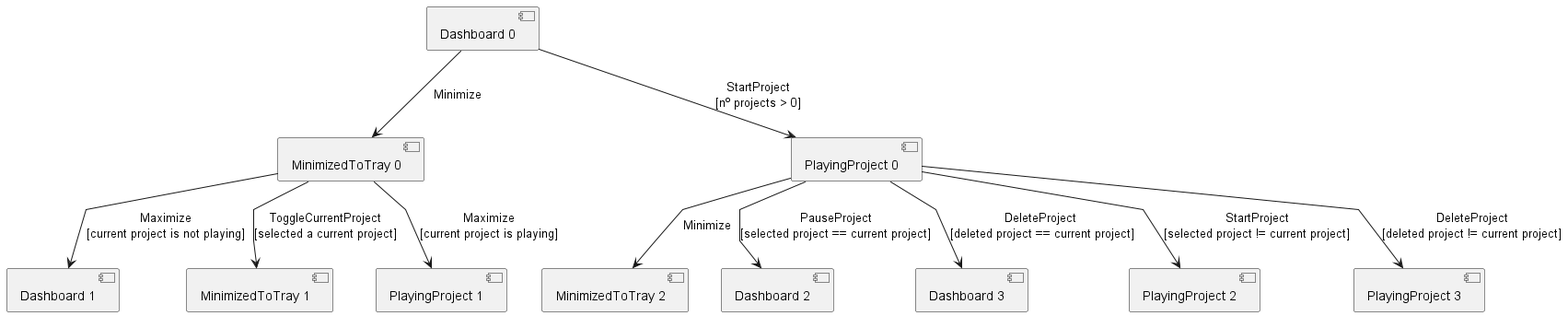
Earlier version of the PlantUML export assignments/4_model_based_testing/transition_trees/transition_tree_2.png (JoaoCostaIFG/tvvs).
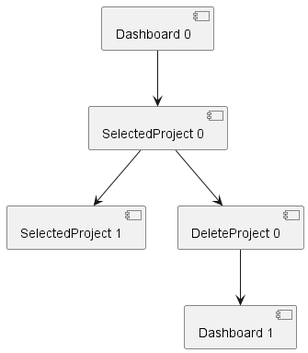
The same file after the commit.

Commit message:
Transitio tree updated

What changed in the source:
```diff
@@ -1,17 +1,11 @@
 @startuml
 skinparam linetype polyline
 
-[Dashboard 0] -d-> [MinimizedToTray 0] : Minimize
-[Dashboard 0] -d-> [PlayingProject 0] : StartProject\n[nº projects > 0]
+[Dashboard 0] -d-> [SelectedProject 0]
 
-[MinimizedToTray 0] -d-> [Dashboard 1] : Maximize\n[current project is not playing]
-[MinimizedToTray 0] -d-> [MinimizedToTray 1] : ToggleCurrentProject\n[selected a current project]
-[MinimizedToTray 0] -d-> [PlayingProject 1] : Maximize\n[current project is playing]
+[SelectedProject 0] -d-> [SelectedProject 1]
+[SelectedProject 0] -d-> [DeleteProject 0]
 
-[PlayingProject 0] -d-> [MinimizedToTray 2] : Minimize
-[PlayingProject 0] -d-> [Dashboard 2] : PauseProject\n[selected project == current project]
-[PlayingProject 0] -d-> [Dashboard 3] : DeleteProject \n[deleted project == current project]
-[PlayingProject 0] -d-> [PlayingProject 2] : StartProject\n[selected project != current project]
-[PlayingProject 0] -d-> [PlayingProject 3] : DeleteProject\n[deleted project != current project]
+[DeleteProject 0] -d-> [Dashboard 1]
 
 @enduml
```
